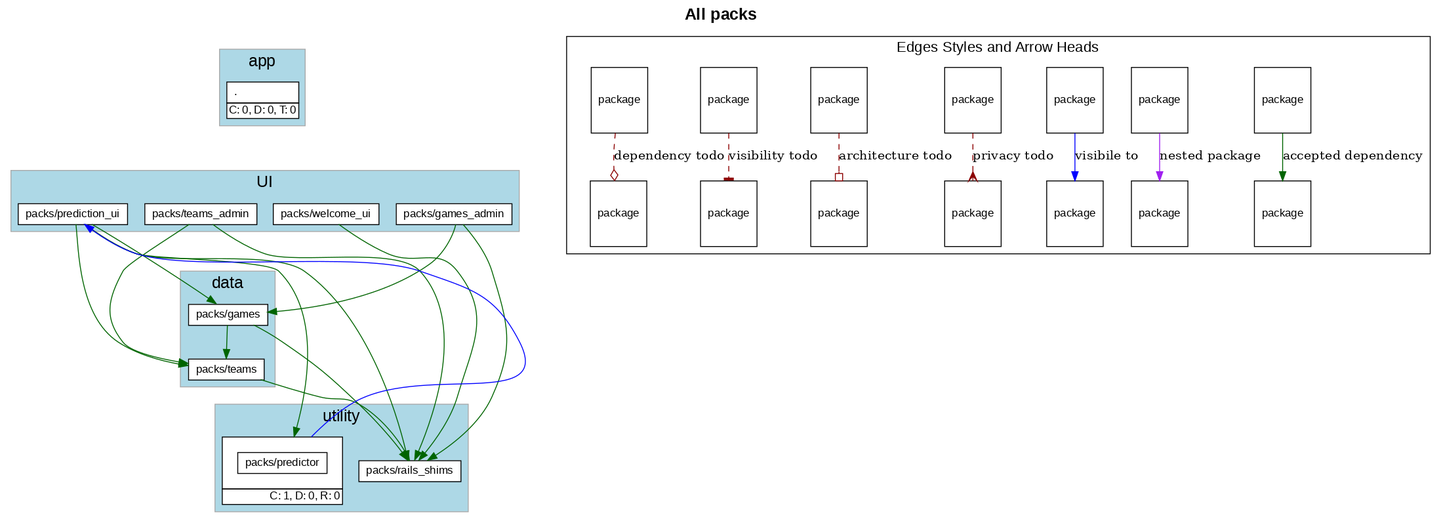
shageman/package-based-rails-applications-book keeps this Graphviz diagram as c4s07/sportsball/c4s07_a_todos.png. Above is the earlier version. Its source is kept beside it as c4s07/sportsball/c4s07_a_todos.dot.
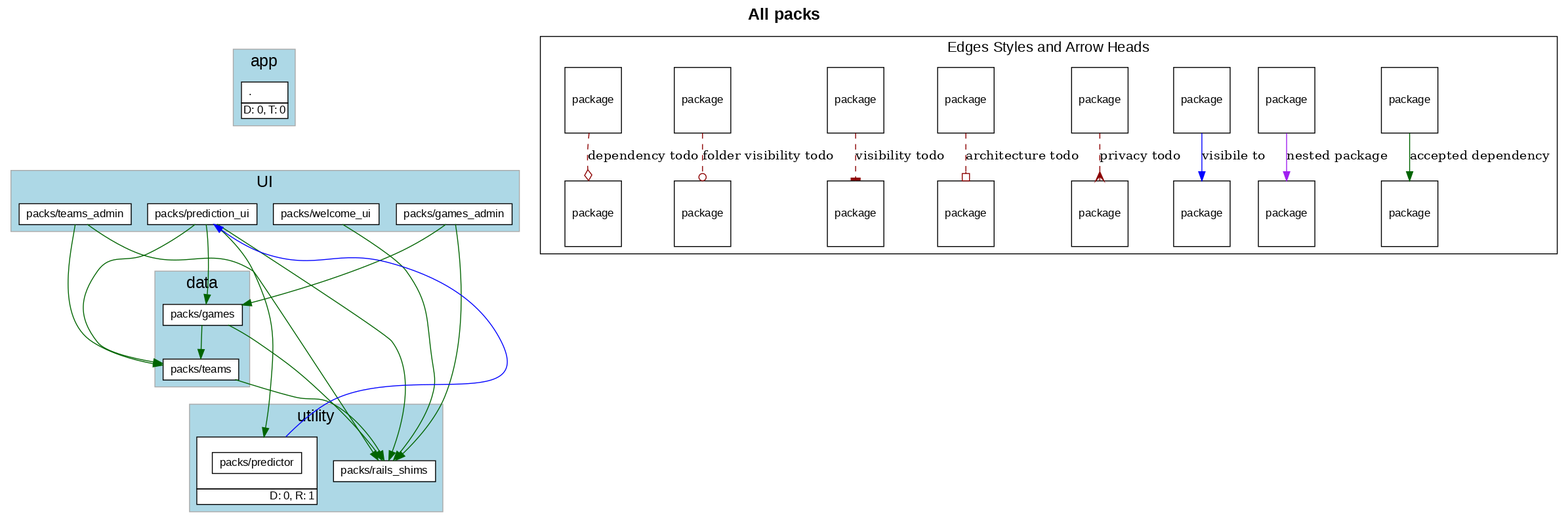
The same diagram one commit later.

Change to the diagram source:
```diff
@@ -5,7 +5,7 @@
     fontname="Helvetica,Arial,sans-serif"
     dpi=100
     layout=dot
-    label=<<b>All packs</b>>
+    label=<<b>All packs</b><br/>>
     fontsize=18
   ]
   node [
@@ -30,7 +30,7 @@
             label= <
                 <table border='0' cellborder='1' cellspacing='0' cellpadding='4'>
                   <tr> <td align='left'> . </td> </tr>
-                  <tr><td CELLPADDING='1' ALIGN='RIGHT'>C: 0, D: 0, T: 0</td></tr>
+                  <tr><td CELLPADDING='1' ALIGN='RIGHT'>D: 0, T: 0</td></tr>
                 </table>
               >
           ]
@@ -133,7 +133,7 @@
                     <tr> <td port='private'> packs/predictor </td> </tr>
                   </table>
                   </td></tr>
-                  <tr><td CELLPADDING='1' ALIGN='RIGHT'>C: 1, D: 0, R: 0</td></tr>
+                  <tr><td CELLPADDING='1' ALIGN='RIGHT'>D: 0, R: 1</td></tr>
                   </table>
               >
           ]
@@ -178,12 +178,12 @@
       A [ fontsize=12 shape=box label="package"]
       B [ fontsize=12 shape=box label="package"]
       A -> B [label="accepted dependency" color=darkgreen]
-      K [ fontsize=12 shape=box label="package"]
-      L [ fontsize=12 shape=box label="package"]
-      K -> L [label="nested package" color=purple]
       M [ fontsize=12 shape=box label="package"]
       N [ fontsize=12 shape=box label="package"]
-      M -> N [label="visibile to" color=blue]
+      M -> N [label="nested package" color=purple]
+      O [ fontsize=12 shape=box label="package"]
+      P [ fontsize=12 shape=box label="package"]
+      O -> P [label="visibile to" color=blue]
       C [ fontsize=12 shape=box label="package"]
       D [ fontsize=12 shape=box label="package"]
       C -> D [label="privacy todo" color=darkred style=dashed arrowhead=crow]
@@ -195,7 +195,10 @@
       G -> H [label="visibility todo" color=darkred style=dashed arrowhead=tee]
       I [ fontsize=12 shape=box label="package"]
       J [ fontsize=12 shape=box label="package"]
-      I -> J [label="dependency todo" color=darkred style=dashed arrowhead=odiamond]
+      I -> J [label="folder visibility todo" color=darkred style=dashed arrowhead=odot]
+      K [ fontsize=12 shape=box label="package"]
+      L [ fontsize=12 shape=box label="package"]
+      K -> L [label="dependency todo" color=darkred style=dashed arrowhead=odiamond]
       LEGEND_NODE_1 [ label="" peripheries=0 height=0 width=0 style=invis ]
       LEGEND_NODE_2 [ label="" peripheries=0 height=0 width=0 style=invis ]
       LEGEND_NODE_1 -> LEGEND_NODE_2 [ style=invis ]
```
